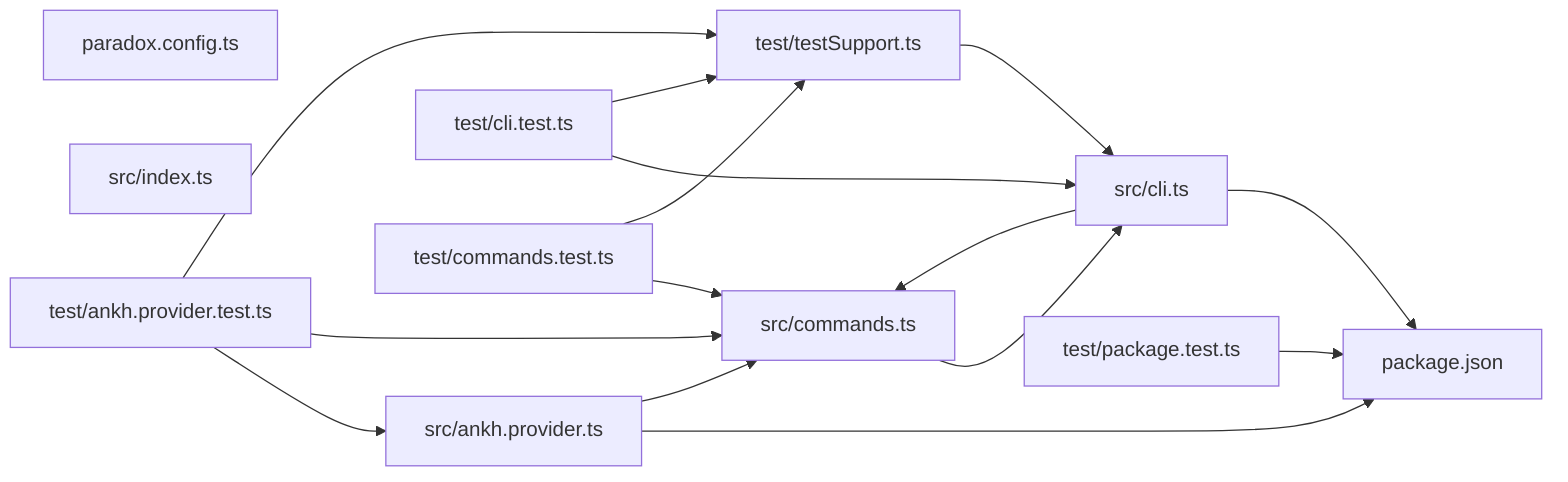
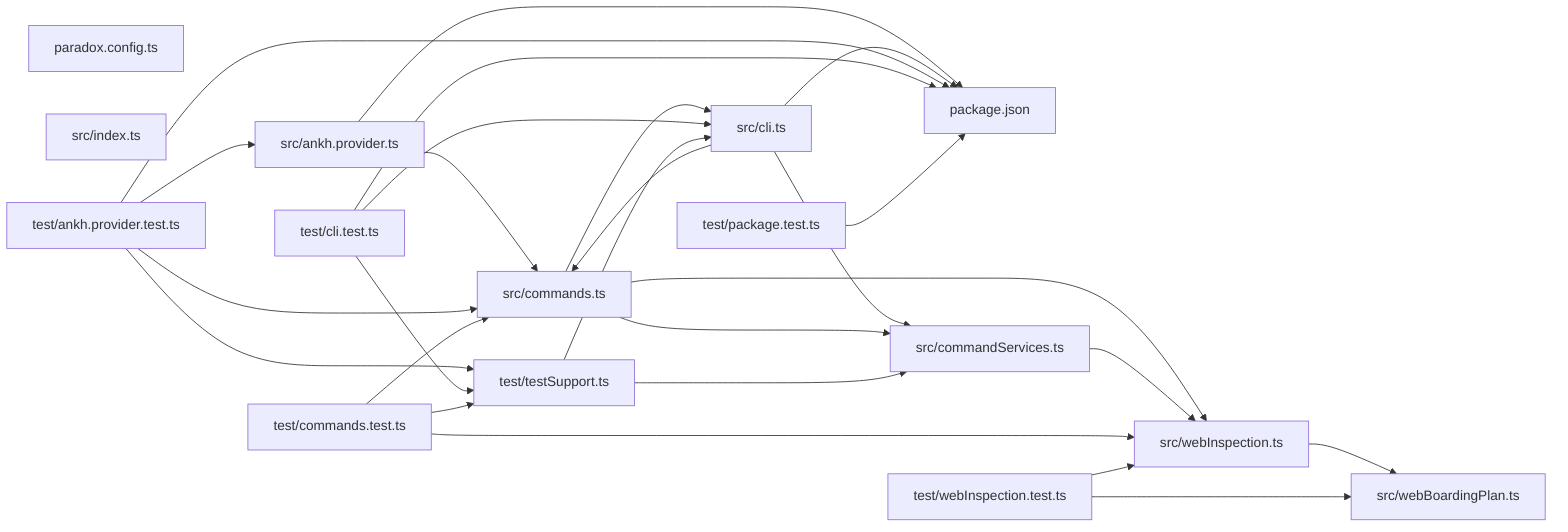
graph LR
  module_package_json["package.json"]
  module_paradox_config_ts["paradox.config.ts"]
  module_src_ankh_provider_ts["src/ankh.provider.ts"]
  module_src_cli_ts["src/cli.ts"]
  module_src_commands_ts["src/commands.ts"]
+   module_src_commandServices_ts["src/commandServices.ts"]
  module_src_index_ts["src/index.ts"]
+   module_src_webBoardingPlan_ts["src/webBoardingPlan.ts"]
+   module_src_webInspection_ts["src/webInspection.ts"]
  module_test_ankh_provider_test_ts["test/ankh.provider.test.ts"]
  module_test_cli_test_ts["test/cli.test.ts"]
  module_test_commands_test_ts["test/commands.test.ts"]
  module_test_package_test_ts["test/package.test.ts"]
  module_test_testSupport_ts["test/testSupport.ts"]
+   module_test_webInspection_test_ts["test/webInspection.test.ts"]
  module_src_ankh_provider_ts --> module_package_json
  module_src_ankh_provider_ts --> module_src_commands_ts
  module_src_cli_ts --> module_package_json
  module_src_cli_ts --> module_src_commands_ts
+   module_src_cli_ts --> module_src_commandServices_ts
  module_src_commands_ts --> module_src_cli_ts
+   module_src_commands_ts --> module_src_commandServices_ts
+   module_src_commands_ts --> module_src_webInspection_ts
+   module_src_commandServices_ts --> module_src_webInspection_ts
+   module_src_webInspection_ts --> module_src_webBoardingPlan_ts
+   module_test_ankh_provider_test_ts --> module_package_json
  module_test_ankh_provider_test_ts --> module_src_ankh_provider_ts
  module_test_ankh_provider_test_ts --> module_src_commands_ts
  module_test_ankh_provider_test_ts --> module_test_testSupport_ts
+   module_test_cli_test_ts --> module_package_json
  module_test_cli_test_ts --> module_src_cli_ts
  module_test_cli_test_ts --> module_test_testSupport_ts
  module_test_commands_test_ts --> module_src_commands_ts
+   module_test_commands_test_ts --> module_src_webInspection_ts
  module_test_commands_test_ts --> module_test_testSupport_ts
  module_test_package_test_ts --> module_package_json
  module_test_testSupport_ts --> module_src_cli_ts
+   module_test_testSupport_ts --> module_src_commandServices_ts
+   module_test_webInspection_test_ts --> module_src_webBoardingPlan_ts
+   module_test_webInspection_test_ts --> module_src_webInspection_ts
